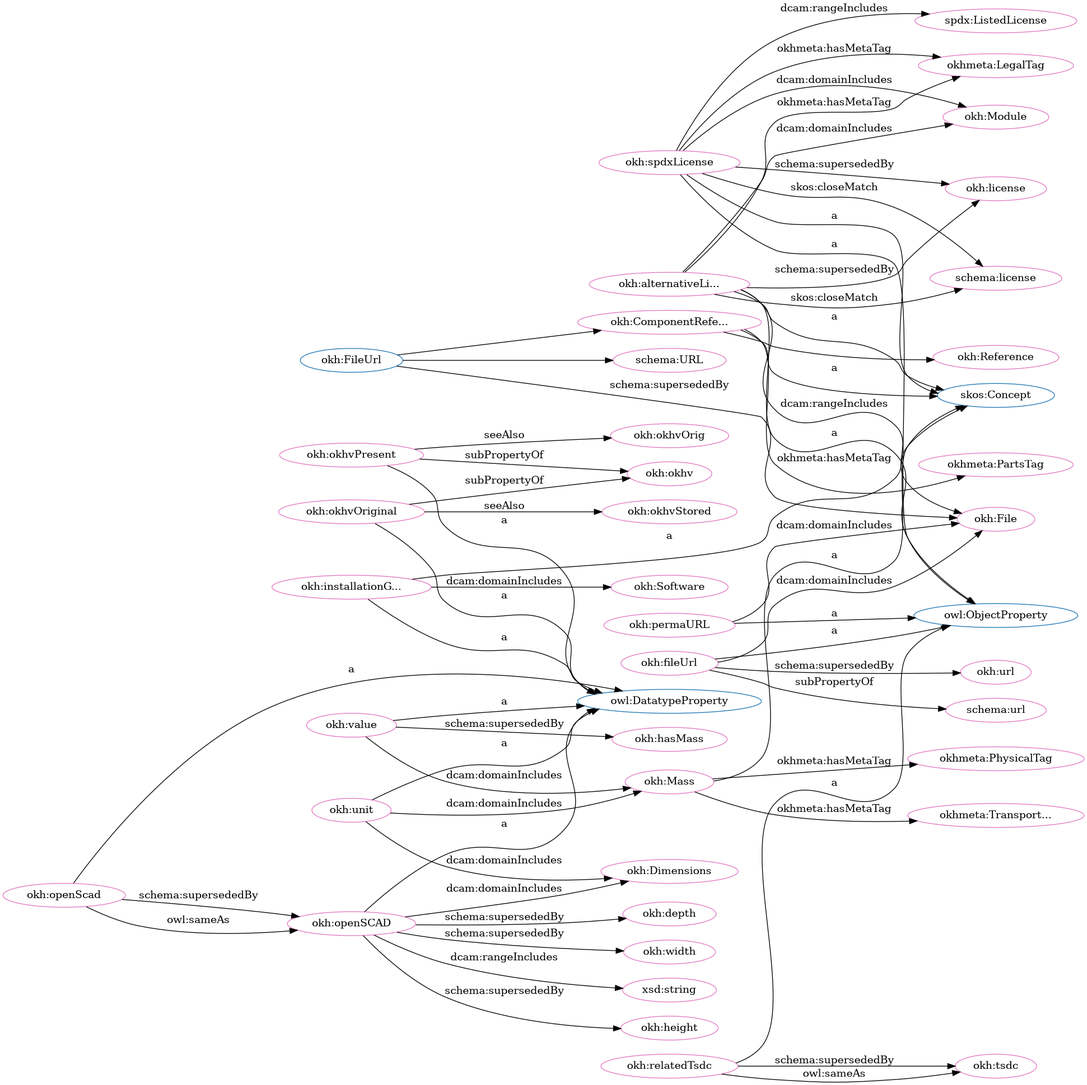
This is src/spec/dot_okh_deprecated.png from iop-alliance/OpenKnowHow, a Graphviz export, as it was before one commit. Its source is kept beside it as src/spec/dot_okh_deprecated.dot.
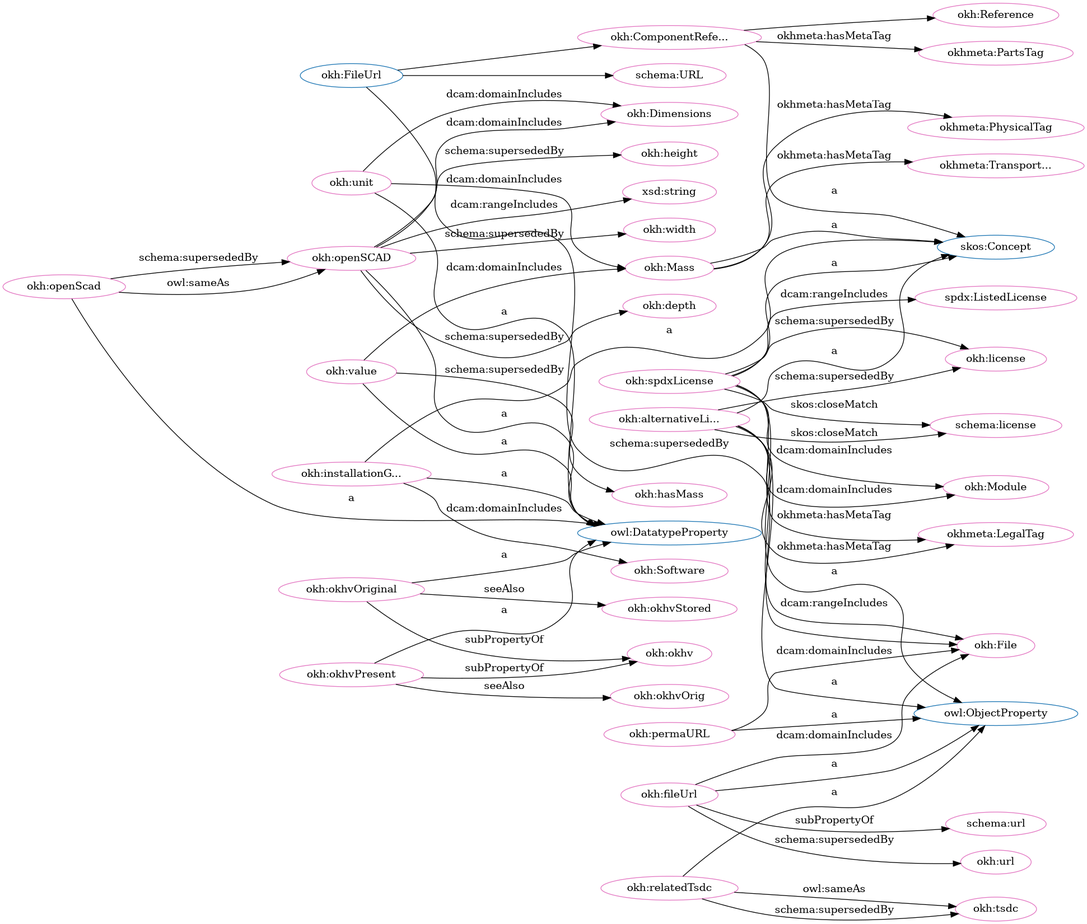
The same diagram one commit later.

Diff of the diagram source:
```diff
@@ -1,106 +1,106 @@
 digraph G {
   rankdir=BT
   node[height=.3]
+"http://schema.org/URL" [fillcolor="#1f77b4" color="#1f77b4" label="schema:URL"]
 "http://www.w3.org/2002/07/owl#ObjectProperty" [fillcolor="#1f77b4" color="#1f77b4" label="owl:ObjectProperty"]
+"http://w3id.org/oseg/ont/okh#Mass" [fillcolor="#1f77b4" color="#1f77b4" label="okh:Mass"]
 "http://www.w3.org/2004/02/skos/core#Concept" [fillcolor="#1f77b4" color="#1f77b4" label="skos:Concept"]
-"http://w3id.org/oseg/ont/okh#FileUrl" [fillcolor="#1f77b4" color="#1f77b4" label="okh:FileUrl"]
 "http://w3id.org/oseg/ont/okh#ComponentReference" [fillcolor="#1f77b4" color="#1f77b4" label="okh:ComponentRefe..."]
 "http://w3id.org/oseg/ont/okh#Reference" [fillcolor="#1f77b4" color="#1f77b4" label="okh:Reference"]
+"http://w3id.org/oseg/ont/okh#FileUrl" [fillcolor="#1f77b4" color="#1f77b4" label="okh:FileUrl"]
 "http://www.w3.org/2002/07/owl#DatatypeProperty" [fillcolor="#1f77b4" color="#1f77b4" label="owl:DatatypeProperty"]
-"http://w3id.org/oseg/ont/okh#Mass" [fillcolor="#1f77b4" color="#1f77b4" label="okh:Mass"]
-"http://schema.org/URL" [fillcolor="#1f77b4" color="#1f77b4" label="schema:URL"]
+"http://w3id.org/oseg/ont/okh#height" [fillcolor="#e377c2" color="#e377c2" label="okh:height"]
+"http://w3id.org/oseg/ont/okh#Module" [fillcolor="#e377c2" color="#e377c2" label="okh:Module"]
+"http://w3id.org/oseg/ont/okh#permaURL" [fillcolor="#e377c2" color="#e377c2" label="okh:permaURL"]
+"http://w3id.org/oseg/ont/okh#license" [fillcolor="#e377c2" color="#e377c2" label="okh:license"]
+"http://w3id.org/oseg/ont/okh#openSCAD" [fillcolor="#e377c2" color="#e377c2" label="okh:openSCAD"]
+"http://schema.org/URL" [fillcolor="#e377c2" color="#e377c2" label="schema:URL"]
+"http://w3id.org/oseg/ont/okh#spdxLicense" [fillcolor="#e377c2" color="#e377c2" label="okh:spdxLicense"]
+"http://w3id.org/oseg/ont/okh#ComponentReference" [fillcolor="#e377c2" color="#e377c2" label="okh:ComponentRefe..."]
+"http://w3id.org/oseg/ont/okh#relatedTsdc" [fillcolor="#e377c2" color="#e377c2" label="okh:relatedTsdc"]
+"http://schema.org/url" [fillcolor="#e377c2" color="#e377c2" label="schema:url"]
+"http://w3id.org/oseg/ont/okh#installationGuide" [fillcolor="#e377c2" color="#e377c2" label="okh:installationG..."]
+"http://w3id.org/oseg/ont/okh#okhv" [fillcolor="#e377c2" color="#e377c2" label="okh:okhv"]
+"http://w3id.org/oseg/ont/okh#openScad" [fillcolor="#e377c2" color="#e377c2" label="okh:openScad"]
+"http://w3id.org/oseg/ont/okhmetaPartsTag" [fillcolor="#e377c2" color="#e377c2" label="okhmeta:PartsTag"]
+"http://schema.org/license" [fillcolor="#e377c2" color="#e377c2" label="schema:license"]
+"http://w3id.org/oseg/ont/okh#alternativeLicense" [fillcolor="#e377c2" color="#e377c2" label="okh:alternativeLi..."]
+"http://w3id.org/oseg/ont/okh#File" [fillcolor="#e377c2" color="#e377c2" label="okh:File"]
+"http://w3id.org/oseg/ont/okhmetaLegalTag" [fillcolor="#e377c2" color="#e377c2" label="okhmeta:LegalTag"]
+"http://w3id.org/oseg/ont/okh#Dimensions" [fillcolor="#e377c2" color="#e377c2" label="okh:Dimensions"]
+"http://www.w3.org/2001/XMLSchema#string" [fillcolor="#e377c2" color="#e377c2" label="xsd:string"]
+"http://w3id.org/oseg/ont/okh#okhvStored" [fillcolor="#e377c2" color="#e377c2" label="okh:okhvStored"]
+"http://w3id.org/oseg/ont/okh#unit" [fillcolor="#e377c2" color="#e377c2" label="okh:unit"]
+"http://w3id.org/oseg/ont/okh#okhvOriginal" [fillcolor="#e377c2" color="#e377c2" label="okh:okhvOriginal"]
 "http://w3id.org/oseg/ont/okh#Reference" [fillcolor="#e377c2" color="#e377c2" label="okh:Reference"]
-"http://w3id.org/oseg/ont/okh#File" [fillcolor="#e377c2" color="#e377c2" label="okh:File"]
-"http://schema.org/URL" [fillcolor="#e377c2" color="#e377c2" label="schema:URL"]
-"http://w3id.org/oseg/ont/okhmetaPartsTag" [fillcolor="#e377c2" color="#e377c2" label="okhmeta:PartsTag"]
+"http://w3id.org/oseg/ont/okh#tsdc" [fillcolor="#e377c2" color="#e377c2" label="okh:tsdc"]
+"http://w3id.org/oseg/ont/okh#value" [fillcolor="#e377c2" color="#e377c2" label="okh:value"]
+"http://w3id.org/oseg/ont/okh#fileUrl" [fillcolor="#e377c2" color="#e377c2" label="okh:fileUrl"]
+"http://w3id.org/oseg/ont/okh#url" [fillcolor="#e377c2" color="#e377c2" label="okh:url"]
+"http://w3id.org/oseg/ont/okhmetaTransportationTag" [fillcolor="#e377c2" color="#e377c2" label="okhmeta:Transport..."]
+"http://w3id.org/oseg/ont/okh#Mass" [fillcolor="#e377c2" color="#e377c2" label="okh:Mass"]
 "http://w3id.org/oseg/ont/okh#okhvPresent" [fillcolor="#e377c2" color="#e377c2" label="okh:okhvPresent"]
-"http://w3id.org/oseg/ont/okh#url" [fillcolor="#e377c2" color="#e377c2" label="okh:url"]
-"http://w3id.org/oseg/ont/okh#Dimensions" [fillcolor="#e377c2" color="#e377c2" label="okh:Dimensions"]
-"http://w3id.org/oseg/ont/okh#Module" [fillcolor="#e377c2" color="#e377c2" label="okh:Module"]
 "http://w3id.org/oseg/ont/okhmetaPhysicalTag" [fillcolor="#e377c2" color="#e377c2" label="okhmeta:PhysicalTag"]
-"http://w3id.org/oseg/ont/okh#installationGuide" [fillcolor="#e377c2" color="#e377c2" label="okh:installationG..."]
 "http://w3id.org/oseg/ont/okh#width" [fillcolor="#e377c2" color="#e377c2" label="okh:width"]
-"http://w3id.org/oseg/ont/okh#Mass" [fillcolor="#e377c2" color="#e377c2" label="okh:Mass"]
-"http://w3id.org/oseg/ont/okh#tsdc" [fillcolor="#e377c2" color="#e377c2" label="okh:tsdc"]
-"http://www.w3.org/2001/XMLSchema#string" [fillcolor="#e377c2" color="#e377c2" label="xsd:string"]
-"http://schema.org/license" [fillcolor="#e377c2" color="#e377c2" label="schema:license"]
-"http://schema.org/url" [fillcolor="#e377c2" color="#e377c2" label="schema:url"]
-"http://w3id.org/oseg/ont/okh#unit" [fillcolor="#e377c2" color="#e377c2" label="okh:unit"]
-"http://w3id.org/oseg/ont/okh#spdxLicense" [fillcolor="#e377c2" color="#e377c2" label="okh:spdxLicense"]
-"http://w3id.org/oseg/ont/okh#okhvStored" [fillcolor="#e377c2" color="#e377c2" label="okh:okhvStored"]
-"http://w3id.org/oseg/ont/okh#okhv" [fillcolor="#e377c2" color="#e377c2" label="okh:okhv"]
-"http://w3id.org/oseg/ont/okh#height" [fillcolor="#e377c2" color="#e377c2" label="okh:height"]
-"http://w3id.org/oseg/ont/okh#alternativeLicense" [fillcolor="#e377c2" color="#e377c2" label="okh:alternativeLi..."]
 "http://w3id.org/oseg/ont/okh#okhvOrig" [fillcolor="#e377c2" color="#e377c2" label="okh:okhvOrig"]
-"http://w3id.org/oseg/ont/okh#relatedTsdc" [fillcolor="#e377c2" color="#e377c2" label="okh:relatedTsdc"]
-"http://w3id.org/oseg/ont/okh#fileUrl" [fillcolor="#e377c2" color="#e377c2" label="okh:fileUrl"]
-"http://w3id.org/oseg/ont/okhmetaLegalTag" [fillcolor="#e377c2" color="#e377c2" label="okhmeta:LegalTag"]
-"http://w3id.org/oseg/ont/okh#permaURL" [fillcolor="#e377c2" color="#e377c2" label="okh:permaURL"]
-"http://w3id.org/oseg/ont/okh#ComponentReference" [fillcolor="#e377c2" color="#e377c2" label="okh:ComponentRefe..."]
-"http://w3id.org/oseg/ont/okh#value" [fillcolor="#e377c2" color="#e377c2" label="okh:value"]
+"http://w3id.org/oseg/ont/okh#Software" [fillcolor="#e377c2" color="#e377c2" label="okh:Software"]
+"http://spdx.org/rdf/terms#ListedLicense" [fillcolor="#e377c2" color="#e377c2" label="spdx:ListedLicense"]
+"http://w3id.org/oseg/ont/okh#depth" [fillcolor="#e377c2" color="#e377c2" label="okh:depth"]
 "http://w3id.org/oseg/ont/okh#hasMass" [fillcolor="#e377c2" color="#e377c2" label="okh:hasMass"]
-"http://w3id.org/oseg/ont/okh#depth" [fillcolor="#e377c2" color="#e377c2" label="okh:depth"]
-"http://w3id.org/oseg/ont/okh#openSCAD" [fillcolor="#e377c2" color="#e377c2" label="okh:openSCAD"]
-"http://w3id.org/oseg/ont/okh#okhvOriginal" [fillcolor="#e377c2" color="#e377c2" label="okh:okhvOriginal"]
-"http://w3id.org/oseg/ont/okh#Software" [fillcolor="#e377c2" color="#e377c2" label="okh:Software"]
-"http://w3id.org/oseg/ont/okh#license" [fillcolor="#e377c2" color="#e377c2" label="okh:license"]
-"http://w3id.org/oseg/ont/okhmetaTransportationTag" [fillcolor="#e377c2" color="#e377c2" label="okhmeta:Transport..."]
-"http://w3id.org/oseg/ont/okh#openScad" [fillcolor="#e377c2" color="#e377c2" label="okh:openScad"]
-"http://spdx.org/rdf/terms#ListedLicense" [fillcolor="#e377c2" color="#e377c2" label="spdx:ListedLicense"]
+  "http://w3id.org/oseg/ont/okh#openSCAD" -> "http://w3id.org/oseg/ont/okh#height" [label="schema:supersededBy"]
+  "http://w3id.org/oseg/ont/okh#alternativeLicense" -> "http://w3id.org/oseg/ont/okh#Module" [label="dcam:domainIncludes"]
+  "http://w3id.org/oseg/ont/okh#permaURL" -> "http://www.w3.org/2002/07/owl#ObjectProperty" [label="a"]
+  "http://w3id.org/oseg/ont/okh#spdxLicense" -> "http://w3id.org/oseg/ont/okh#license" [label="schema:supersededBy"]
+  "http://w3id.org/oseg/ont/okh#openSCAD" -> "http://www.w3.org/2002/07/owl#DatatypeProperty" [label="a"]
+  "http://w3id.org/oseg/ont/okh#FileUrl" -> "http://schema.org/URL" [label=""]
+  "http://w3id.org/oseg/ont/okh#spdxLicense" -> "http://www.w3.org/2002/07/owl#ObjectProperty" [label="a"]
+  "http://w3id.org/oseg/ont/okh#ComponentReference" -> "http://www.w3.org/2004/02/skos/core#Concept" [label="a"]
+  "http://w3id.org/oseg/ont/okh#relatedTsdc" -> "http://www.w3.org/2002/07/owl#ObjectProperty" [label="a"]
+  "http://w3id.org/oseg/ont/okh#fileUrl" -> "http://schema.org/url" [label="subPropertyOf"]
+  "http://w3id.org/oseg/ont/okh#installationGuide" -> "http://www.w3.org/2004/02/skos/core#Concept" [label="a"]
+  "http://w3id.org/oseg/ont/okh#okhvOriginal" -> "http://w3id.org/oseg/ont/okh#okhv" [label="subPropertyOf"]
+  "http://w3id.org/oseg/ont/okh#openScad" -> "http://w3id.org/oseg/ont/okh#openSCAD" [label="schema:supersededBy"]
+  "http://w3id.org/oseg/ont/okh#openScad" -> "http://www.w3.org/2002/07/owl#DatatypeProperty" [label="a"]
+  "http://w3id.org/oseg/ont/okh#ComponentReference" -> "http://w3id.org/oseg/ont/okhmetaPartsTag" [label="okhmeta:hasMetaTag"]
+  "http://w3id.org/oseg/ont/okh#openScad" -> "http://w3id.org/oseg/ont/okh#openSCAD" [label="owl:sameAs"]
+  "http://w3id.org/oseg/ont/okh#alternativeLicense" -> "http://w3id.org/oseg/ont/okh#license" [label="schema:supersededBy"]
+  "http://w3id.org/oseg/ont/okh#spdxLicense" -> "http://w3id.org/oseg/ont/okh#Module" [label="dcam:domainIncludes"]
+  "http://w3id.org/oseg/ont/okh#spdxLicense" -> "http://schema.org/license" [label="skos:closeMatch"]
+  "http://w3id.org/oseg/ont/okh#alternativeLicense" -> "http://www.w3.org/2004/02/skos/core#Concept" [label="a"]
+  "http://w3id.org/oseg/ont/okh#FileUrl" -> "http://w3id.org/oseg/ont/okh#File" [label="schema:supersededBy"]
+  "http://w3id.org/oseg/ont/okh#spdxLicense" -> "http://w3id.org/oseg/ont/okhmetaLegalTag" [label="okhmeta:hasMetaTag"]
+  "http://w3id.org/oseg/ont/okh#unit" -> "http://w3id.org/oseg/ont/okh#Dimensions" [label="dcam:domainIncludes"]
+  "http://w3id.org/oseg/ont/okh#permaURL" -> "http://w3id.org/oseg/ont/okh#File" [label="dcam:domainIncludes"]
+  "http://w3id.org/oseg/ont/okh#alternativeLicense" -> "http://w3id.org/oseg/ont/okhmetaLegalTag" [label="okhmeta:hasMetaTag"]
+  "http://w3id.org/oseg/ont/okh#openSCAD" -> "http://www.w3.org/2001/XMLSchema#string" [label="dcam:rangeIncludes"]
+  "http://w3id.org/oseg/ont/okh#okhvOriginal" -> "http://w3id.org/oseg/ont/okh#okhvStored" [label="seeAlso"]
+  "http://w3id.org/oseg/ont/okh#installationGuide" -> "http://www.w3.org/2002/07/owl#DatatypeProperty" [label="a"]
+  "http://w3id.org/oseg/ont/okh#openSCAD" -> "http://w3id.org/oseg/ont/okh#depth" [label="schema:supersededBy"]
+  "http://w3id.org/oseg/ont/okh#unit" -> "http://www.w3.org/2002/07/owl#DatatypeProperty" [label="a"]
+  "http://w3id.org/oseg/ont/okh#okhvOriginal" -> "http://www.w3.org/2002/07/owl#DatatypeProperty" [label="a"]
   "http://w3id.org/oseg/ont/okh#ComponentReference" -> "http://w3id.org/oseg/ont/okh#Reference" [label=""]
-  "http://w3id.org/oseg/ont/okh#FileUrl" -> "http://w3id.org/oseg/ont/okh#File" [label="schema:supersededBy"]
-  "http://w3id.org/oseg/ont/okh#FileUrl" -> "http://schema.org/URL" [label=""]
+  "http://w3id.org/oseg/ont/okh#fileUrl" -> "http://w3id.org/oseg/ont/okh#File" [label="dcam:domainIncludes"]
+  "http://w3id.org/oseg/ont/okh#relatedTsdc" -> "http://w3id.org/oseg/ont/okh#tsdc" [label="schema:supersededBy"]
+  "http://w3id.org/oseg/ont/okh#value" -> "http://www.w3.org/2002/07/owl#DatatypeProperty" [label="a"]
+  "http://w3id.org/oseg/ont/okh#relatedTsdc" -> "http://w3id.org/oseg/ont/okh#tsdc" [label="owl:sameAs"]
+  "http://w3id.org/oseg/ont/okh#fileUrl" -> "http://www.w3.org/2002/07/owl#ObjectProperty" [label="a"]
+  "http://w3id.org/oseg/ont/okh#fileUrl" -> "http://w3id.org/oseg/ont/okh#url" [label="schema:supersededBy"]
+  "http://w3id.org/oseg/ont/okh#Mass" -> "http://w3id.org/oseg/ont/okhmetaTransportationTag" [label="okhmeta:hasMetaTag"]
+  "http://w3id.org/oseg/ont/okh#Mass" -> "http://www.w3.org/2004/02/skos/core#Concept" [label="a"]
   "http://w3id.org/oseg/ont/okh#okhvPresent" -> "http://www.w3.org/2002/07/owl#DatatypeProperty" [label="a"]
-  "http://w3id.org/oseg/ont/okh#fileUrl" -> "http://w3id.org/oseg/ont/okh#url" [label="schema:supersededBy"]
-  "http://w3id.org/oseg/ont/okh#unit" -> "http://w3id.org/oseg/ont/okh#Dimensions" [label="dcam:domainIncludes"]
-  "http://w3id.org/oseg/ont/okh#spdxLicense" -> "http://w3id.org/oseg/ont/okh#Module" [label="dcam:domainIncludes"]
+  "http://w3id.org/oseg/ont/okh#openSCAD" -> "http://w3id.org/oseg/ont/okh#Dimensions" [label="dcam:domainIncludes"]
   "http://w3id.org/oseg/ont/okh#Mass" -> "http://w3id.org/oseg/ont/okhmetaPhysicalTag" [label="okhmeta:hasMetaTag"]
-  "http://w3id.org/oseg/ont/okh#installationGuide" -> "http://www.w3.org/2004/02/skos/core#Concept" [label="a"]
+  "http://w3id.org/oseg/ont/okh#FileUrl" -> "http://w3id.org/oseg/ont/okh#ComponentReference" [label=""]
   "http://w3id.org/oseg/ont/okh#openSCAD" -> "http://w3id.org/oseg/ont/okh#width" [label="schema:supersededBy"]
+  "http://w3id.org/oseg/ont/okh#okhvPresent" -> "http://w3id.org/oseg/ont/okh#okhvOrig" [label="seeAlso"]
+  "http://w3id.org/oseg/ont/okh#installationGuide" -> "http://w3id.org/oseg/ont/okh#Software" [label="dcam:domainIncludes"]
+  "http://w3id.org/oseg/ont/okh#alternativeLicense" -> "http://w3id.org/oseg/ont/okh#File" [label="dcam:rangeIncludes"]
   "http://w3id.org/oseg/ont/okh#value" -> "http://w3id.org/oseg/ont/okh#Mass" [label="dcam:domainIncludes"]
-  "http://w3id.org/oseg/ont/okh#relatedTsdc" -> "http://w3id.org/oseg/ont/okh#tsdc" [label="owl:sameAs"]
-  "http://w3id.org/oseg/ont/okh#openSCAD" -> "http://www.w3.org/2001/XMLSchema#string" [label="dcam:rangeIncludes"]
-  "http://w3id.org/oseg/ont/okh#spdxLicense" -> "http://schema.org/license" [label="skos:closeMatch"]
+  "http://w3id.org/oseg/ont/okh#spdxLicense" -> "http://www.w3.org/2004/02/skos/core#Concept" [label="a"]
+  "http://w3id.org/oseg/ont/okh#spdxLicense" -> "http://spdx.org/rdf/terms#ListedLicense" [label="dcam:rangeIncludes"]
+  "http://w3id.org/oseg/ont/okh#alternativeLicense" -> "http://www.w3.org/2002/07/owl#ObjectProperty" [label="a"]
+  "http://w3id.org/oseg/ont/okh#okhvPresent" -> "http://w3id.org/oseg/ont/okh#okhv" [label="subPropertyOf"]
+  "http://w3id.org/oseg/ont/okh#unit" -> "http://w3id.org/oseg/ont/okh#Mass" [label="dcam:domainIncludes"]
   "http://w3id.org/oseg/ont/okh#alternativeLicense" -> "http://schema.org/license" [label="skos:closeMatch"]
-  "http://w3id.org/oseg/ont/okh#fileUrl" -> "http://schema.org/url" [label="subPropertyOf"]
-  "http://w3id.org/oseg/ont/okh#Mass" -> "http://www.w3.org/2004/02/skos/core#Concept" [label="a"]
-  "http://w3id.org/oseg/ont/okh#unit" -> "http://www.w3.org/2002/07/owl#DatatypeProperty" [label="a"]
-  "http://w3id.org/oseg/ont/okh#spdxLicense" -> "http://www.w3.org/2004/02/skos/core#Concept" [label="a"]
-  "http://w3id.org/oseg/ont/okh#okhvOriginal" -> "http://w3id.org/oseg/ont/okh#okhvStored" [label="seeAlso"]
-  "http://w3id.org/oseg/ont/okh#alternativeLicense" -> "http://w3id.org/oseg/ont/okh#Module" [label="dcam:domainIncludes"]
-  "http://w3id.org/oseg/ont/okh#spdxLicense" -> "http://www.w3.org/2002/07/owl#ObjectProperty" [label="a"]
-  "http://w3id.org/oseg/ont/okh#okhvOriginal" -> "http://w3id.org/oseg/ont/okh#okhv" [label="subPropertyOf"]
-  "http://w3id.org/oseg/ont/okh#openSCAD" -> "http://w3id.org/oseg/ont/okh#height" [label="schema:supersededBy"]
-  "http://w3id.org/oseg/ont/okh#alternativeLicense" -> "http://www.w3.org/2004/02/skos/core#Concept" [label="a"]
-  "http://w3id.org/oseg/ont/okh#okhvPresent" -> "http://w3id.org/oseg/ont/okh#okhvOrig" [label="seeAlso"]
-  "http://w3id.org/oseg/ont/okh#alternativeLicense" -> "http://www.w3.org/2002/07/owl#ObjectProperty" [label="a"]
-  "http://w3id.org/oseg/ont/okh#relatedTsdc" -> "http://www.w3.org/2002/07/owl#ObjectProperty" [label="a"]
-  "http://w3id.org/oseg/ont/okh#fileUrl" -> "http://www.w3.org/2002/07/owl#ObjectProperty" [label="a"]
-  "http://w3id.org/oseg/ont/okh#spdxLicense" -> "http://w3id.org/oseg/ont/okhmetaLegalTag" [label="okhmeta:hasMetaTag"]
-  "http://w3id.org/oseg/ont/okh#permaURL" -> "http://www.w3.org/2002/07/owl#ObjectProperty" [label="a"]
-  "http://w3id.org/oseg/ont/okh#alternativeLicense" -> "http://w3id.org/oseg/ont/okhmetaLegalTag" [label="okhmeta:hasMetaTag"]
-  "http://w3id.org/oseg/ont/okh#alternativeLicense" -> "http://w3id.org/oseg/ont/okh#File" [label="dcam:rangeIncludes"]
-  "http://w3id.org/oseg/ont/okh#ComponentReference" -> "http://www.w3.org/2004/02/skos/core#Concept" [label="a"]
-  "http://w3id.org/oseg/ont/okh#fileUrl" -> "http://w3id.org/oseg/ont/okh#File" [label="dcam:domainIncludes"]
-  "http://w3id.org/oseg/ont/okh#value" -> "http://www.w3.org/2002/07/owl#DatatypeProperty" [label="a"]
   "http://w3id.org/oseg/ont/okh#value" -> "http://w3id.org/oseg/ont/okh#hasMass" [label="schema:supersededBy"]
-  "http://w3id.org/oseg/ont/okh#openSCAD" -> "http://w3id.org/oseg/ont/okh#depth" [label="schema:supersededBy"]
-  "http://w3id.org/oseg/ont/okh#permaURL" -> "http://w3id.org/oseg/ont/okh#File" [label="dcam:domainIncludes"]
-  "http://w3id.org/oseg/ont/okh#openSCAD" -> "http://www.w3.org/2002/07/owl#DatatypeProperty" [label="a"]
-  "http://w3id.org/oseg/ont/okh#openSCAD" -> "http://w3id.org/oseg/ont/okh#Dimensions" [label="dcam:domainIncludes"]
-  "http://w3id.org/oseg/ont/okh#okhvPresent" -> "http://w3id.org/oseg/ont/okh#okhv" [label="subPropertyOf"]
-  "http://w3id.org/oseg/ont/okh#okhvOriginal" -> "http://www.w3.org/2002/07/owl#DatatypeProperty" [label="a"]
-  "http://w3id.org/oseg/ont/okh#installationGuide" -> "http://w3id.org/oseg/ont/okh#Software" [label="dcam:domainIncludes"]
-  "http://w3id.org/oseg/ont/okh#openScad" -> "http://w3id.org/oseg/ont/okh#openSCAD" [label="schema:supersededBy"]
-  "http://w3id.org/oseg/ont/okh#spdxLicense" -> "http://w3id.org/oseg/ont/okh#license" [label="schema:supersededBy"]
-  "http://w3id.org/oseg/ont/okh#installationGuide" -> "http://www.w3.org/2002/07/owl#DatatypeProperty" [label="a"]
-  "http://w3id.org/oseg/ont/okh#Mass" -> "http://w3id.org/oseg/ont/okhmetaTransportationTag" [label="okhmeta:hasMetaTag"]
-  "http://w3id.org/oseg/ont/okh#alternativeLicense" -> "http://w3id.org/oseg/ont/okh#license" [label="schema:supersededBy"]
-  "http://w3id.org/oseg/ont/okh#openScad" -> "http://www.w3.org/2002/07/owl#DatatypeProperty" [label="a"]
-  "http://w3id.org/oseg/ont/okh#unit" -> "http://w3id.org/oseg/ont/okh#Mass" [label="dcam:domainIncludes"]
-  "http://w3id.org/oseg/ont/okh#spdxLicense" -> "http://spdx.org/rdf/terms#ListedLicense" [label="dcam:rangeIncludes"]
-  "http://w3id.org/oseg/ont/okh#FileUrl" -> "http://w3id.org/oseg/ont/okh#ComponentReference" [label=""]
-  "http://w3id.org/oseg/ont/okh#relatedTsdc" -> "http://w3id.org/oseg/ont/okh#tsdc" [label="schema:supersededBy"]
-  "http://w3id.org/oseg/ont/okh#openScad" -> "http://w3id.org/oseg/ont/okh#openSCAD" [label="owl:sameAs"]
-  "http://w3id.org/oseg/ont/okh#ComponentReference" -> "http://w3id.org/oseg/ont/okhmetaPartsTag" [label="okhmeta:hasMetaTag"]
 }
```
